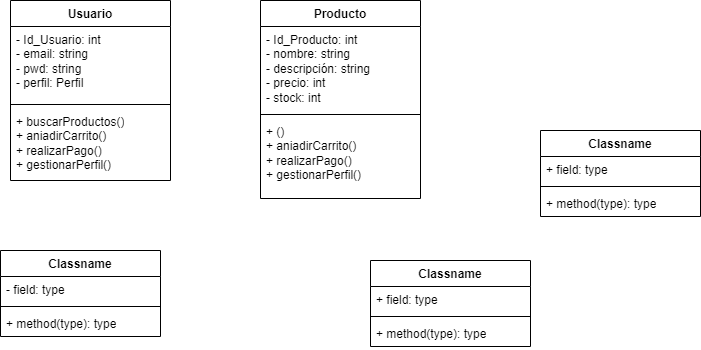
This is Diagrama_clases.png from OscarELCRACK17/imagen, a draw.io export, as it was before one commit. Source tidied: cells renumbered, new cells last; positions are measured from the earlier drawing's top-left corner, leaving out a move shared by most shapes.
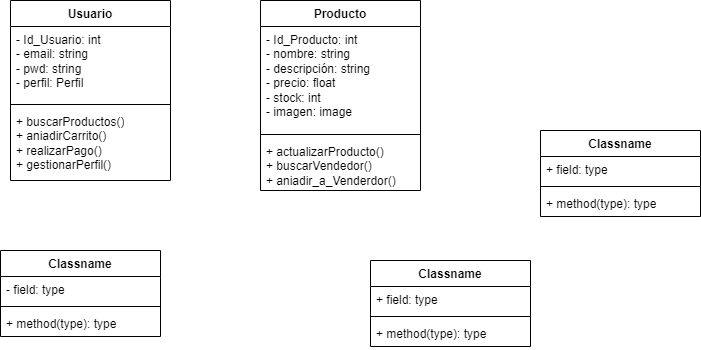
After the commit.

Diff of the diagram source:
```diff
@@ -51,16 +51,16 @@
       <mxGeometry y="60" width="160" height="26" as="geometry" />
     </mxCell>
     <mxCell id="18" value="Producto" style="swimlane;fontStyle=1;align=center;verticalAlign=top;horizontal=1;startSize=26;whiteSpace=wrap;html=1;" parent="1" vertex="1">
-      <mxGeometry x="260" width="160" height="198" as="geometry" />
+      <mxGeometry x="260" width="160" height="190" as="geometry" />
     </mxCell>
-    <mxCell id="19" value="- Id_Producto: int&lt;br&gt;- nombre: string&lt;br&gt;- descripción: string&lt;br&gt;- precio: int&lt;br&gt;- stock: int" style="text;strokeColor=none;fillColor=none;align=left;verticalAlign=top;spacingLeft=4;spacingRight=4;overflow=hidden;whiteSpace=wrap;html=1;" parent="18" vertex="1">
-      <mxGeometry y="26" width="160" height="84" as="geometry" />
+    <mxCell id="19" value="- Id_Producto: int&lt;br&gt;- nombre: string&lt;br&gt;- descripción: string&lt;br&gt;- precio: float&lt;br&gt;- stock: int&lt;br&gt;- imagen: image" style="text;strokeColor=none;fillColor=none;align=left;verticalAlign=top;spacingLeft=4;spacingRight=4;overflow=hidden;whiteSpace=wrap;html=1;" parent="18" vertex="1">
+      <mxGeometry y="26" width="160" height="104" as="geometry" />
     </mxCell>
     <mxCell id="20" style="line;strokeWidth=1;fillColor=none;align=left;verticalAlign=middle;spacingTop=-1;spacingLeft=3;spacingRight=3;labelPosition=right;strokeColor=inherit;" parent="18" vertex="1">
-      <mxGeometry y="110" width="160" height="8" as="geometry" />
+      <mxGeometry y="130" width="160" height="8" as="geometry" />
     </mxCell>
-    <mxCell id="21" value="+ ()&lt;br&gt;+ aniadirCarrito()&lt;br&gt;+ realizarPago()&lt;br&gt;+ gestionarPerfil()" style="text;strokeColor=none;fillColor=none;align=left;verticalAlign=top;spacingLeft=4;spacingRight=4;overflow=hidden;whiteSpace=wrap;html=1;" parent="18" vertex="1">
-      <mxGeometry y="118" width="160" height="80" as="geometry" />
+    <mxCell id="21" value="+ actualizarProducto()&lt;br&gt;+ buscarVendedor()&lt;br&gt;+ aniadir_a_Venderdor()" style="text;strokeColor=none;fillColor=none;align=left;verticalAlign=top;spacingLeft=4;spacingRight=4;overflow=hidden;whiteSpace=wrap;html=1;" parent="18" vertex="1">
+      <mxGeometry y="138" width="160" height="52" as="geometry" />
     </mxCell>
   </root>
 </mxGraphModel>
```
